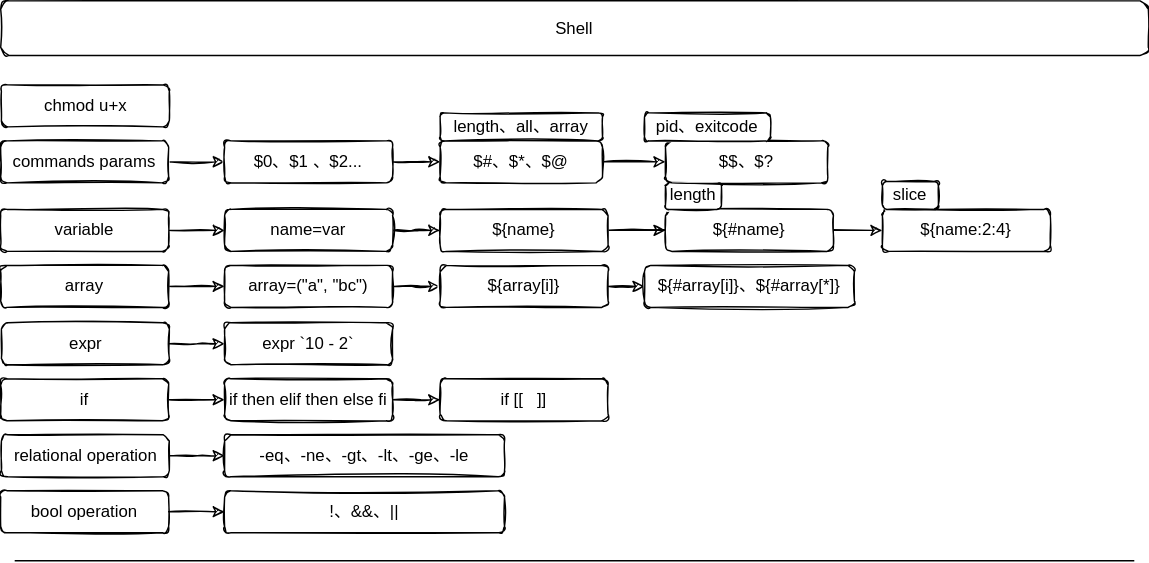
cd-home/Root keeps this draw.io diagram as 03-工作环境/images/Shell.svg. Above is the earlier version. Source tidied: cells renumbered, new cells last; positions are measured from the earlier drawing's top-left corner, leaving out a move shared by most shapes.
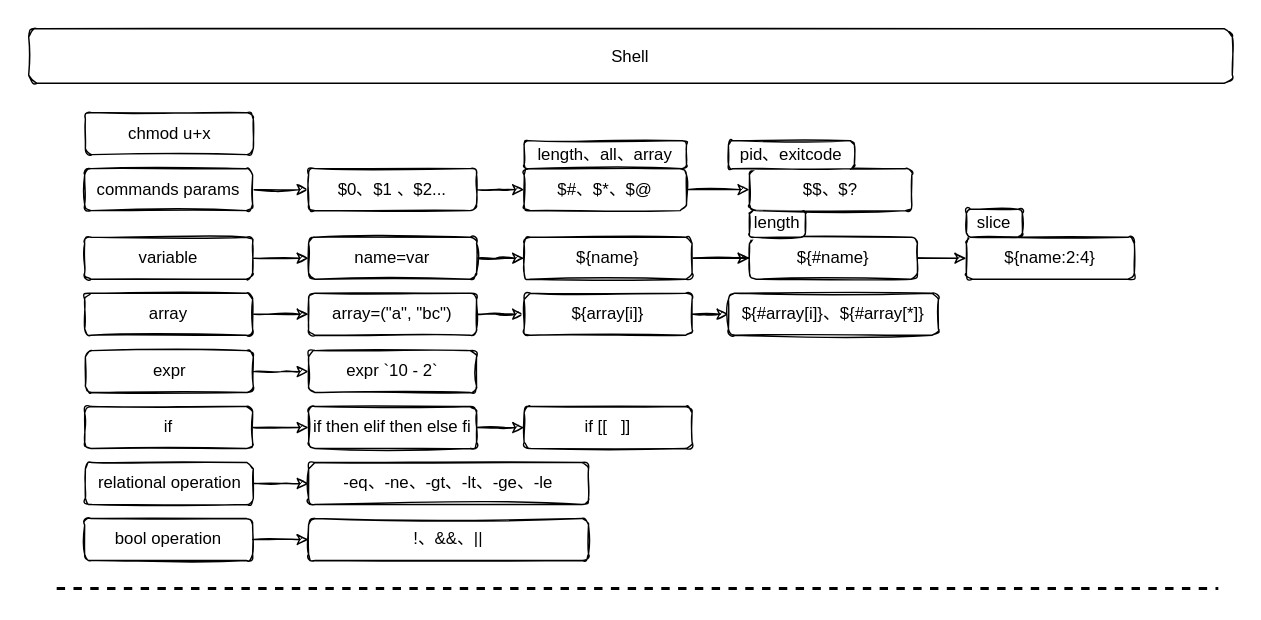
After the commit.

Change to the diagram source:
```diff
@@ -3,7 +3,7 @@
     <mxCell id="0" />
     <mxCell id="1" parent="0" />
     <mxCell id="2" value="Shell" style="rounded=1;whiteSpace=wrap;html=1;sketch=1;fontSize=12;fontColor=#000000;" parent="1" vertex="1">
-      <mxGeometry width="820" height="39" as="geometry" />
+      <mxGeometry x="-40" width="860" height="39" as="geometry" />
     </mxCell>
     <mxCell id="3" value="chmod u+x" style="rounded=1;whiteSpace=wrap;html=1;sketch=1;fontSize=12;fontColor=#000000;" parent="1" vertex="1">
       <mxGeometry x="0.5" y="60" width="120" height="30" as="geometry" />
@@ -131,9 +131,9 @@
     <mxCell id="44" value="if [[&amp;nbsp; &amp;nbsp;]]" style="rounded=1;whiteSpace=wrap;html=1;sketch=1;fontSize=12;fontColor=#000000;" parent="1" vertex="1">
       <mxGeometry x="314" y="270" width="120" height="30" as="geometry" />
     </mxCell>
-    <mxCell id="45" style="endArrow=none;html=1;rounded=0;" parent="1" edge="1">
+    <mxCell id="45" style="endArrow=none;html=1;rounded=0;dashed=1;strokeWidth=2;" parent="1" edge="1">
       <mxGeometry relative="1" as="geometry">
-        <mxPoint x="10" y="400" as="sourcePoint" />
+        <mxPoint x="-20" y="400" as="sourcePoint" />
         <mxPoint x="810" y="400" as="targetPoint" />
       </mxGeometry>
     </mxCell>
```
